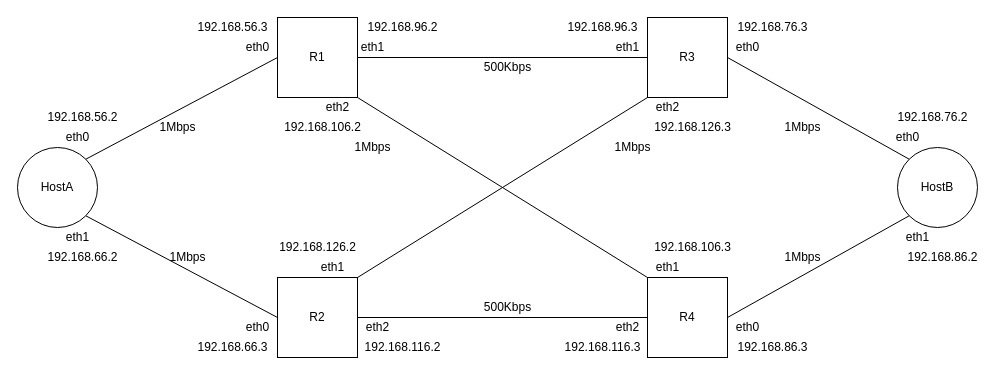
Before: topo.drawio in shidqify/Tubes-Jarkom, a draw.io diagram. Source tidied: cells renumbered, new cells numbered last; positions are measured from the earlier drawing's top-left corner, leaving out a move shared by most shapes. Both pictures are drawn from the tidied source at 100%, with x=0, y=0 at pixel (17, 17).
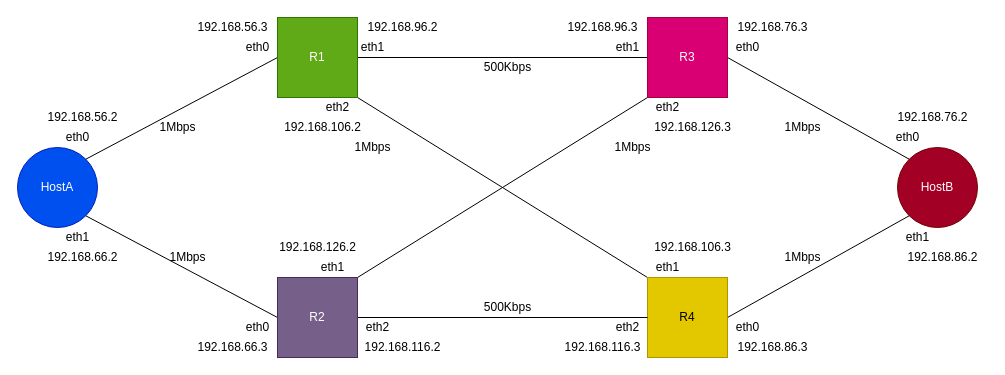
The same diagram, later.

Diff of the diagram source:
```diff
@@
-<mxGraphModel>
+<mxGraphModel background="#ffffff">
@@
-    <mxCell id="4" value="HostA" style="ellipse;whiteSpace=wrap;html=1;" parent="1" vertex="1">
+    <mxCell id="4" value="HostA" style="ellipse;whiteSpace=wrap;html=1;fillColor=#0050ef;fontColor=#ffffff;strokeColor=#001DBC;" parent="1" vertex="1">
       <mxGeometry y="130" width="80" height="80" as="geometry" />
     </mxCell>
@@
-    <mxCell id="6" value="HostB" style="ellipse;whiteSpace=wrap;html=1;" parent="1" vertex="1">
+    <mxCell id="6" value="HostB" style="ellipse;whiteSpace=wrap;html=1;fillColor=#a20025;fontColor=#ffffff;strokeColor=#6F0000;" parent="1" vertex="1">
       <mxGeometry x="880" y="130" width="80" height="80" as="geometry" />
     </mxCell>
@@
-    <mxCell id="9" value="R1" style="whiteSpace=wrap;html=1;" parent="1" vertex="1">
+    <mxCell id="9" value="R1" style="whiteSpace=wrap;html=1;fillColor=#60a917;fontColor=#ffffff;strokeColor=#2D7600;" parent="1" vertex="1">
       <mxGeometry x="260" width="80" height="80" as="geometry" />
     </mxCell>
@@
-    <mxCell id="11" value="R4" style="whiteSpace=wrap;html=1;" parent="1" vertex="1">
+    <mxCell id="11" value="R4" style="whiteSpace=wrap;html=1;fillColor=#e3c800;fontColor=#000000;strokeColor=#B09500;" parent="1" vertex="1">
       <mxGeometry x="630" y="260" width="80" height="80" as="geometry" />
     </mxCell>
@@
-    <mxCell id="14" value="R2" style="whiteSpace=wrap;html=1;" parent="1" vertex="1">
+    <mxCell id="14" value="R2" style="whiteSpace=wrap;html=1;fillColor=#76608a;fontColor=#ffffff;strokeColor=#432D57;" parent="1" vertex="1">
       <mxGeometry x="260" y="260" width="80" height="80" as="geometry" />
     </mxCell>
-    <mxCell id="15" value="R3" style="whiteSpace=wrap;html=1;" parent="1" vertex="1">
+    <mxCell id="15" value="R3" style="whiteSpace=wrap;html=1;fillColor=#d80073;fontColor=#ffffff;strokeColor=#A50040;" parent="1" vertex="1">
       <mxGeometry x="630" width="80" height="80" as="geometry" />
     </mxCell>
```
